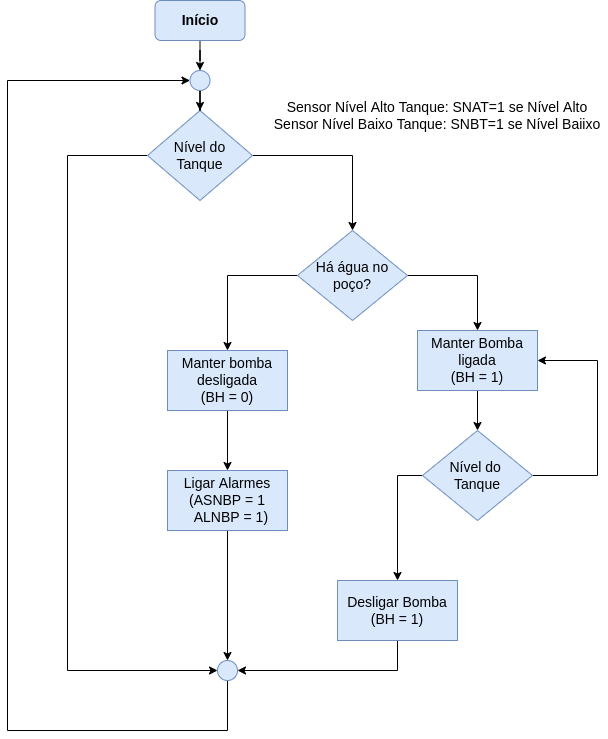
This is Fluxograma.drawio.png from felipemohr/DLP_Tankinho, a draw.io export, as it was before one commit. Source tidied: cells renumbered, new cells last; positions are measured from the earlier drawing's top-left corner, leaving out a move shared by most shapes. Its diagram source:
```xml
<mxGraphModel>
  <root>
    <mxCell id="0" />
    <mxCell id="1" parent="0" />
    <mxCell id="2" style="edgeStyle=orthogonalEdgeStyle;rounded=0;jettySize=auto;html=1;fontSize=14;" parent="1" edge="1" source="3" target="23">
      <mxGeometry relative="1" as="geometry" />
    </mxCell>
    <mxCell id="3" value="&lt;font style=&quot;font-size: 14px;&quot;&gt;&lt;b&gt;Início&lt;/b&gt;&lt;/font&gt;" style="rounded=1;whiteSpace=wrap;html=1;fillColor=#dae8fc;strokeColor=#6c8ebf;" parent="1" vertex="1">
      <mxGeometry x="147.5" width="90" height="40" as="geometry" />
    </mxCell>
    <mxCell id="4" style="edgeStyle=orthogonalEdgeStyle;rounded=0;jettySize=auto;html=1;fontSize=14;" parent="1" edge="1" source="6" target="9">
      <mxGeometry relative="1" as="geometry" />
    </mxCell>
    <mxCell id="5" style="edgeStyle=orthogonalEdgeStyle;rounded=0;jettySize=auto;html=1;exitX=0;exitY=0.5;exitDx=0;exitDy=0;entryX=0;entryY=0.5;entryDx=0;entryDy=0;fontSize=14;" parent="1" edge="1" source="6" target="25">
      <mxGeometry relative="1" as="geometry">
        <Array as="points">
          <mxPoint x="60" y="155" />
          <mxPoint x="60" y="670" />
        </Array>
      </mxGeometry>
    </mxCell>
    <mxCell id="6" value="Nível do&lt;br&gt;Tanque" style="rhombus;whiteSpace=wrap;html=1;fontSize=14;fillColor=#dae8fc;strokeColor=#6c8ebf;" parent="1" vertex="1">
      <mxGeometry x="140" y="110" width="105" height="90" as="geometry" />
    </mxCell>
    <mxCell id="7" style="edgeStyle=orthogonalEdgeStyle;rounded=0;jettySize=auto;html=1;fontSize=14;" parent="1" edge="1" source="9" target="11">
      <mxGeometry relative="1" as="geometry" />
    </mxCell>
    <mxCell id="8" style="edgeStyle=orthogonalEdgeStyle;rounded=0;jettySize=auto;html=1;fontSize=14;" parent="1" edge="1" source="9" target="13">
      <mxGeometry relative="1" as="geometry" />
    </mxCell>
    <mxCell id="9" value="Há água no poço?" style="rhombus;whiteSpace=wrap;html=1;fontSize=14;fillColor=#dae8fc;strokeColor=#6c8ebf;" parent="1" vertex="1">
      <mxGeometry x="290" y="230" width="110" height="90" as="geometry" />
    </mxCell>
    <mxCell id="10" style="edgeStyle=orthogonalEdgeStyle;rounded=0;jettySize=auto;html=1;fontSize=14;" parent="1" edge="1" source="11" target="21">
      <mxGeometry relative="1" as="geometry" />
    </mxCell>
    <mxCell id="11" value="Manter bomba desligada&lt;br&gt;(BH = 0)" style="rounded=0;whiteSpace=wrap;html=1;fontSize=14;fillColor=#dae8fc;strokeColor=#6c8ebf;" parent="1" vertex="1">
      <mxGeometry x="160" y="350" width="120" height="60" as="geometry" />
    </mxCell>
    <mxCell id="12" style="edgeStyle=orthogonalEdgeStyle;rounded=0;jettySize=auto;html=1;exitX=0.5;exitY=1;exitDx=0;exitDy=0;entryX=0.5;entryY=0;entryDx=0;entryDy=0;fontSize=14;" parent="1" edge="1" source="13" target="16">
      <mxGeometry relative="1" as="geometry" />
    </mxCell>
    <mxCell id="13" value="Manter Bomba ligada&lt;br&gt;(BH = 1)" style="rounded=0;whiteSpace=wrap;html=1;fontSize=14;fillColor=#dae8fc;strokeColor=#6c8ebf;" parent="1" vertex="1">
      <mxGeometry x="410" y="330" width="120" height="60" as="geometry" />
    </mxCell>
    <mxCell id="14" style="edgeStyle=orthogonalEdgeStyle;rounded=0;jettySize=auto;html=1;exitX=1;exitY=0.5;exitDx=0;exitDy=0;entryX=1;entryY=0.5;entryDx=0;entryDy=0;fontSize=14;" parent="1" edge="1" source="16" target="13">
      <mxGeometry relative="1" as="geometry">
        <Array as="points">
          <mxPoint x="590" y="475" />
          <mxPoint x="590" y="360" />
        </Array>
      </mxGeometry>
    </mxCell>
    <mxCell id="15" style="edgeStyle=orthogonalEdgeStyle;rounded=0;jettySize=auto;html=1;exitX=0;exitY=0.5;exitDx=0;exitDy=0;fontSize=14;" parent="1" edge="1" source="16" target="18">
      <mxGeometry relative="1" as="geometry" />
    </mxCell>
    <mxCell id="16" value="Nível do &lt;br&gt;Tanque" style="rhombus;whiteSpace=wrap;html=1;fontSize=14;fillColor=#dae8fc;strokeColor=#6c8ebf;" parent="1" vertex="1">
      <mxGeometry x="415" y="430" width="110" height="90" as="geometry" />
    </mxCell>
    <mxCell id="17" style="edgeStyle=orthogonalEdgeStyle;rounded=0;jettySize=auto;html=1;exitX=0.5;exitY=1;exitDx=0;exitDy=0;entryX=1;entryY=0.5;entryDx=0;entryDy=0;fontSize=14;" parent="1" edge="1" source="18" target="25">
      <mxGeometry relative="1" as="geometry" />
    </mxCell>
    <mxCell id="18" value="Desligar Bomba&lt;br&gt;(BH = 1)" style="rounded=0;whiteSpace=wrap;html=1;fontSize=14;fillColor=#dae8fc;strokeColor=#6c8ebf;" parent="1" vertex="1">
      <mxGeometry x="330" y="580" width="120" height="60" as="geometry" />
    </mxCell>
    <mxCell id="19" value="Sensor Nível Alto Tanque: SNAT=1 se Nível Alto&lt;br&gt;Sensor Nível Baixo Tanque: SNBT=1 se Nível Baiixo" style="text;html=1;strokeColor=none;fillColor=none;align=center;verticalAlign=middle;whiteSpace=wrap;rounded=0;fontSize=14;" parent="1" vertex="1">
      <mxGeometry x="260" y="100" width="340" height="30" as="geometry" />
    </mxCell>
    <mxCell id="20" style="edgeStyle=orthogonalEdgeStyle;rounded=0;jettySize=auto;html=1;exitX=0.5;exitY=1;exitDx=0;exitDy=0;entryX=0.5;entryY=0;entryDx=0;entryDy=0;fontSize=14;" parent="1" edge="1" source="21" target="25">
      <mxGeometry relative="1" as="geometry" />
    </mxCell>
    <mxCell id="21" value="Ligar Alarmes&lt;br&gt;(ASNBP = 1&lt;br&gt;&amp;nbsp; ALNBP = 1)" style="rounded=0;whiteSpace=wrap;html=1;fontSize=14;fillColor=#dae8fc;strokeColor=#6c8ebf;" parent="1" vertex="1">
      <mxGeometry x="160" y="470" width="120" height="60" as="geometry" />
    </mxCell>
    <mxCell id="22" style="edgeStyle=orthogonalEdgeStyle;rounded=0;jettySize=auto;html=1;fontSize=14;" parent="1" edge="1" source="23" target="6">
      <mxGeometry relative="1" as="geometry" />
    </mxCell>
    <mxCell id="23" style="ellipse;whiteSpace=wrap;html=1;fontSize=14;fillColor=#dae8fc;strokeColor=#6c8ebf;" parent="1" vertex="1">
      <mxGeometry x="182.5" y="70" width="20" height="20" as="geometry" />
    </mxCell>
    <mxCell id="24" style="edgeStyle=orthogonalEdgeStyle;rounded=0;jettySize=auto;html=1;exitX=0.5;exitY=1;exitDx=0;exitDy=0;entryX=0;entryY=0.5;entryDx=0;entryDy=0;fontSize=14;" parent="1" edge="1" source="25" target="23">
      <mxGeometry relative="1" as="geometry">
        <Array as="points">
          <mxPoint x="220" y="730" />
          <mxPoint y="730" />
          <mxPoint y="80" />
        </Array>
      </mxGeometry>
    </mxCell>
    <mxCell id="25" style="ellipse;whiteSpace=wrap;html=1;fontSize=14;fillColor=#dae8fc;strokeColor=#6c8ebf;" parent="1" vertex="1">
      <mxGeometry x="210" y="660" width="20" height="20" as="geometry" />
    </mxCell>
  </root>
</mxGraphModel>
```
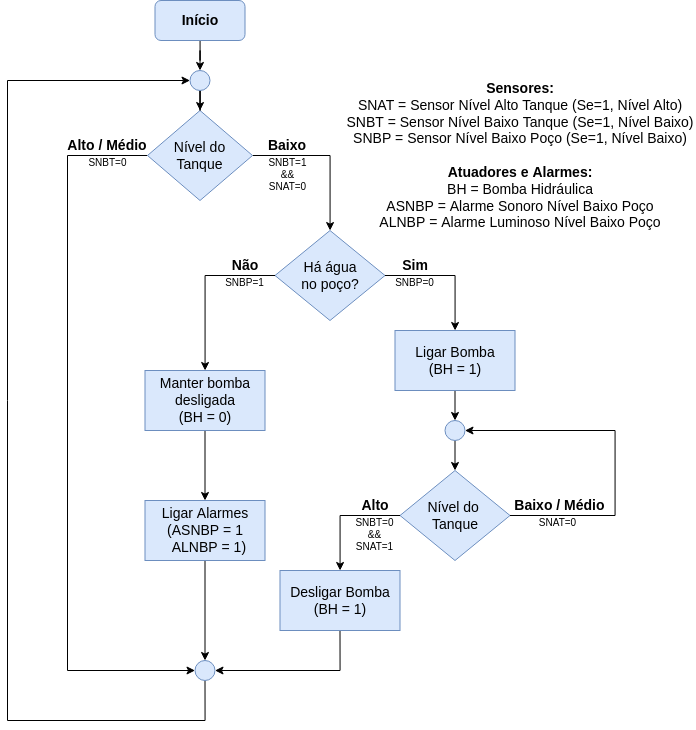
After the commit.

Diff of the diagram source:
```diff
@@ -28,26 +28,26 @@
     <mxCell id="8" style="edgeStyle=orthogonalEdgeStyle;rounded=0;jettySize=auto;html=1;fontSize=14;" parent="1" edge="1" source="9" target="13">
       <mxGeometry relative="1" as="geometry" />
     </mxCell>
-    <mxCell id="9" value="Há água no poço?" style="rhombus;whiteSpace=wrap;html=1;fontSize=14;fillColor=#dae8fc;strokeColor=#6c8ebf;" parent="1" vertex="1">
-      <mxGeometry x="290" y="230" width="110" height="90" as="geometry" />
+    <mxCell id="9" value="Há água&lt;br&gt;no poço?" style="rhombus;whiteSpace=wrap;html=1;fontSize=14;fillColor=#dae8fc;strokeColor=#6c8ebf;" parent="1" vertex="1">
+      <mxGeometry x="267.5" y="230" width="110" height="90" as="geometry" />
     </mxCell>
     <mxCell id="10" style="edgeStyle=orthogonalEdgeStyle;rounded=0;jettySize=auto;html=1;fontSize=14;" parent="1" edge="1" source="11" target="21">
       <mxGeometry relative="1" as="geometry" />
     </mxCell>
     <mxCell id="11" value="Manter bomba desligada&lt;br&gt;(BH = 0)" style="rounded=0;whiteSpace=wrap;html=1;fontSize=14;fillColor=#dae8fc;strokeColor=#6c8ebf;" parent="1" vertex="1">
-      <mxGeometry x="160" y="350" width="120" height="60" as="geometry" />
+      <mxGeometry x="137.5" y="370" width="120" height="60" as="geometry" />
     </mxCell>
-    <mxCell id="12" style="edgeStyle=orthogonalEdgeStyle;rounded=0;jettySize=auto;html=1;exitX=0.5;exitY=1;exitDx=0;exitDy=0;entryX=0.5;entryY=0;entryDx=0;entryDy=0;fontSize=14;" parent="1" edge="1" source="13" target="16">
-      <mxGeometry relative="1" as="geometry" />
-    </mxCell>
+    <mxCell id="26" style="edgeStyle=orthogonalEdgeStyle;rounded=0;jettySize=auto;html=1;exitX=0.5;exitY=1;exitDx=0;exitDy=0;entryX=0.5;entryY=0;entryDx=0;entryDy=0;" parent="1" edge="1" source="13" target="28">
+      <mxGeometry relative="1" as="geometry" />
+    </mxCell>
-    <mxCell id="13" value="Manter Bomba ligada&lt;br&gt;(BH = 1)" style="rounded=0;whiteSpace=wrap;html=1;fontSize=14;fillColor=#dae8fc;strokeColor=#6c8ebf;" parent="1" vertex="1">
-      <mxGeometry x="410" y="330" width="120" height="60" as="geometry" />
+    <mxCell id="13" value="Ligar Bomba&lt;br&gt;(BH = 1)" style="rounded=0;whiteSpace=wrap;html=1;fontSize=14;fillColor=#dae8fc;strokeColor=#6c8ebf;" parent="1" vertex="1">
+      <mxGeometry x="387.5" y="330" width="120" height="60" as="geometry" />
     </mxCell>
-    <mxCell id="14" style="edgeStyle=orthogonalEdgeStyle;rounded=0;jettySize=auto;html=1;exitX=1;exitY=0.5;exitDx=0;exitDy=0;entryX=1;entryY=0.5;entryDx=0;entryDy=0;fontSize=14;" parent="1" edge="1" source="16" target="13">
+    <mxCell id="14" style="edgeStyle=orthogonalEdgeStyle;rounded=0;jettySize=auto;html=1;exitX=1;exitY=0.5;exitDx=0;exitDy=0;entryX=1;entryY=0.5;entryDx=0;entryDy=0;fontSize=14;" parent="1" edge="1" source="16" target="28">
       <mxGeometry relative="1" as="geometry">
         <Array as="points">
-          <mxPoint x="590" y="475" />
-          <mxPoint x="590" y="360" />
+          <mxPoint x="607.5" y="515" />
+          <mxPoint x="607.5" y="430" />
         </Array>
       </mxGeometry>
     </mxCell>
@@ -55,22 +55,22 @@
       <mxGeometry relative="1" as="geometry" />
     </mxCell>
     <mxCell id="16" value="Nível do &lt;br&gt;Tanque" style="rhombus;whiteSpace=wrap;html=1;fontSize=14;fillColor=#dae8fc;strokeColor=#6c8ebf;" parent="1" vertex="1">
-      <mxGeometry x="415" y="430" width="110" height="90" as="geometry" />
+      <mxGeometry x="392.5" y="470" width="110" height="90" as="geometry" />
     </mxCell>
     <mxCell id="17" style="edgeStyle=orthogonalEdgeStyle;rounded=0;jettySize=auto;html=1;exitX=0.5;exitY=1;exitDx=0;exitDy=0;entryX=1;entryY=0.5;entryDx=0;entryDy=0;fontSize=14;" parent="1" edge="1" source="18" target="25">
       <mxGeometry relative="1" as="geometry" />
     </mxCell>
     <mxCell id="18" value="Desligar Bomba&lt;br&gt;(BH = 1)" style="rounded=0;whiteSpace=wrap;html=1;fontSize=14;fillColor=#dae8fc;strokeColor=#6c8ebf;" parent="1" vertex="1">
-      <mxGeometry x="330" y="580" width="120" height="60" as="geometry" />
+      <mxGeometry x="272.5" y="570" width="120" height="60" as="geometry" />
     </mxCell>
-    <mxCell id="19" value="Sensor Nível Alto Tanque: SNAT=1 se Nível Alto&lt;br&gt;Sensor Nível Baixo Tanque: SNBT=1 se Nível Baiixo" style="text;html=1;strokeColor=none;fillColor=none;align=center;verticalAlign=middle;whiteSpace=wrap;rounded=0;fontSize=14;" parent="1" vertex="1">
-      <mxGeometry x="260" y="100" width="340" height="30" as="geometry" />
+    <mxCell id="19" value="&lt;b&gt;Sensores:&lt;br&gt;&lt;/b&gt;SNAT = Sensor Nível Alto Tanque (Se=1, Nível Alto)&lt;br&gt;SNBT = Sensor Nível Baixo Tanque (Se=1, Nível Baixo)&lt;br&gt;SNBP = Sensor Nível Baixo Poço (Se=1, Nível Baixo)&lt;br&gt;&lt;br&gt;&lt;b&gt;Atuadores e Alarmes:&lt;br&gt;&lt;/b&gt;BH = Bomba Hidráulica&lt;br&gt;ASNBP = Alarme Sonoro Nível Baixo Poço&lt;br&gt;ALNBP = Alarme Luminoso Nível Baixo Poço" style="text;html=1;strokeColor=none;fillColor=none;align=center;verticalAlign=middle;whiteSpace=wrap;rounded=0;fontSize=14;" parent="1" vertex="1">
+      <mxGeometry x="337.5" y="65" width="350" height="180" as="geometry" />
     </mxCell>
     <mxCell id="20" style="edgeStyle=orthogonalEdgeStyle;rounded=0;jettySize=auto;html=1;exitX=0.5;exitY=1;exitDx=0;exitDy=0;entryX=0.5;entryY=0;entryDx=0;entryDy=0;fontSize=14;" parent="1" edge="1" source="21" target="25">
       <mxGeometry relative="1" as="geometry" />
     </mxCell>
     <mxCell id="21" value="Ligar Alarmes&lt;br&gt;(ASNBP = 1&lt;br&gt;&amp;nbsp; ALNBP = 1)" style="rounded=0;whiteSpace=wrap;html=1;fontSize=14;fillColor=#dae8fc;strokeColor=#6c8ebf;" parent="1" vertex="1">
-      <mxGeometry x="160" y="470" width="120" height="60" as="geometry" />
+      <mxGeometry x="137.5" y="500" width="120" height="60" as="geometry" />
     </mxCell>
     <mxCell id="22" style="edgeStyle=orthogonalEdgeStyle;rounded=0;jettySize=auto;html=1;fontSize=14;" parent="1" edge="1" source="23" target="6">
       <mxGeometry relative="1" as="geometry" />
@@ -81,14 +81,56 @@
     <mxCell id="24" style="edgeStyle=orthogonalEdgeStyle;rounded=0;jettySize=auto;html=1;exitX=0.5;exitY=1;exitDx=0;exitDy=0;entryX=0;entryY=0.5;entryDx=0;entryDy=0;fontSize=14;" parent="1" edge="1" source="25" target="23">
       <mxGeometry relative="1" as="geometry">
         <Array as="points">
-          <mxPoint x="220" y="730" />
-          <mxPoint y="730" />
+          <mxPoint x="198" y="720" />
+          <mxPoint y="720" />
           <mxPoint y="80" />
         </Array>
       </mxGeometry>
     </mxCell>
     <mxCell id="25" style="ellipse;whiteSpace=wrap;html=1;fontSize=14;fillColor=#dae8fc;strokeColor=#6c8ebf;" parent="1" vertex="1">
-      <mxGeometry x="210" y="660" width="20" height="20" as="geometry" />
+      <mxGeometry x="187.5" y="660" width="20" height="20" as="geometry" />
     </mxCell>
+    <mxCell id="27" style="edgeStyle=orthogonalEdgeStyle;rounded=0;jettySize=auto;html=1;exitX=0.5;exitY=1;exitDx=0;exitDy=0;entryX=0.5;entryY=0;entryDx=0;entryDy=0;" parent="1" edge="1" source="28" target="16">
+      <mxGeometry relative="1" as="geometry" />
+    </mxCell>
+    <mxCell id="28" style="ellipse;whiteSpace=wrap;html=1;fontSize=14;fillColor=#dae8fc;strokeColor=#6c8ebf;" parent="1" vertex="1">
+      <mxGeometry x="437.5" y="420" width="20" height="20" as="geometry" />
+    </mxCell>
+    <mxCell id="29" value="&lt;b style=&quot;font-size: 14px;&quot;&gt;Baixo&lt;/b&gt;" style="text;html=1;strokeColor=none;fillColor=none;align=center;verticalAlign=middle;whiteSpace=wrap;rounded=0;fontSize=14;" parent="1" vertex="1">
+      <mxGeometry x="250" y="130" width="60" height="30" as="geometry" />
+    </mxCell>
+    <mxCell id="30" value="&lt;b style=&quot;font-size: 14px;&quot;&gt;Alto / Médio&lt;/b&gt;" style="text;html=1;strokeColor=none;fillColor=none;align=center;verticalAlign=middle;whiteSpace=wrap;rounded=0;fontSize=14;" parent="1" vertex="1">
+      <mxGeometry x="55" y="130" width="90" height="30" as="geometry" />
+    </mxCell>
+    <mxCell id="31" value="SNBT=1&lt;br&gt;&amp;amp;&amp;amp;&lt;br&gt;SNAT=0" style="text;whiteSpace=wrap;html=1;fontSize=10;align=center;" parent="1" vertex="1">
+      <mxGeometry x="242.5" y="150" width="75" height="60" as="geometry" />
+    </mxCell>
+    <mxCell id="32" value="SNBT=0" style="text;whiteSpace=wrap;html=1;fontSize=10;align=center;" parent="1" vertex="1">
+      <mxGeometry x="62.5" y="150" width="75" height="20" as="geometry" />
+    </mxCell>
+    <mxCell id="33" value="&lt;b style=&quot;font-size: 14px;&quot;&gt;Sim&lt;/b&gt;" style="text;html=1;strokeColor=none;fillColor=none;align=center;verticalAlign=middle;whiteSpace=wrap;rounded=0;fontSize=14;" parent="1" vertex="1">
+      <mxGeometry x="377.5" y="250" width="60" height="30" as="geometry" />
+    </mxCell>
+    <mxCell id="34" value="&lt;b style=&quot;font-size: 14px;&quot;&gt;Não&lt;/b&gt;" style="text;html=1;strokeColor=none;fillColor=none;align=center;verticalAlign=middle;whiteSpace=wrap;rounded=0;fontSize=14;" parent="1" vertex="1">
+      <mxGeometry x="207.5" y="250" width="60" height="30" as="geometry" />
+    </mxCell>
+    <mxCell id="35" value="SNBP=0" style="text;whiteSpace=wrap;html=1;fontSize=10;align=center;" parent="1" vertex="1">
+      <mxGeometry x="370" y="270" width="75" height="20" as="geometry" />
+    </mxCell>
+    <mxCell id="36" value="SNBP=1" style="text;whiteSpace=wrap;html=1;fontSize=10;align=center;" parent="1" vertex="1">
+      <mxGeometry x="200" y="270" width="75" height="60" as="geometry" />
+    </mxCell>
+    <mxCell id="37" value="&lt;b style=&quot;font-size: 14px;&quot;&gt;Alto&lt;/b&gt;" style="text;html=1;strokeColor=none;fillColor=none;align=center;verticalAlign=middle;whiteSpace=wrap;rounded=0;fontSize=14;" parent="1" vertex="1">
+      <mxGeometry x="337.5" y="490" width="60" height="30" as="geometry" />
+    </mxCell>
+    <mxCell id="38" value="&lt;b style=&quot;font-size: 14px;&quot;&gt;&amp;nbsp;Baixo / Médio&lt;/b&gt;" style="text;html=1;strokeColor=none;fillColor=none;align=center;verticalAlign=middle;whiteSpace=wrap;rounded=0;fontSize=14;" parent="1" vertex="1">
+      <mxGeometry x="497.5" y="490" width="105" height="30" as="geometry" />
+    </mxCell>
+    <mxCell id="39" value="SNBT=0&lt;br&gt;&amp;amp;&amp;amp;&lt;br&gt;SNAT=1" style="text;whiteSpace=wrap;html=1;fontSize=10;align=center;" parent="1" vertex="1">
+      <mxGeometry x="330" y="510" width="75" height="50" as="geometry" />
+    </mxCell>
+    <mxCell id="40" value="SNAT=0" style="text;whiteSpace=wrap;html=1;fontSize=10;align=center;" parent="1" vertex="1">
+      <mxGeometry x="512.5" y="510" width="75" height="20" as="geometry" />
+    </mxCell>
   </root>
 </mxGraphModel>
```
